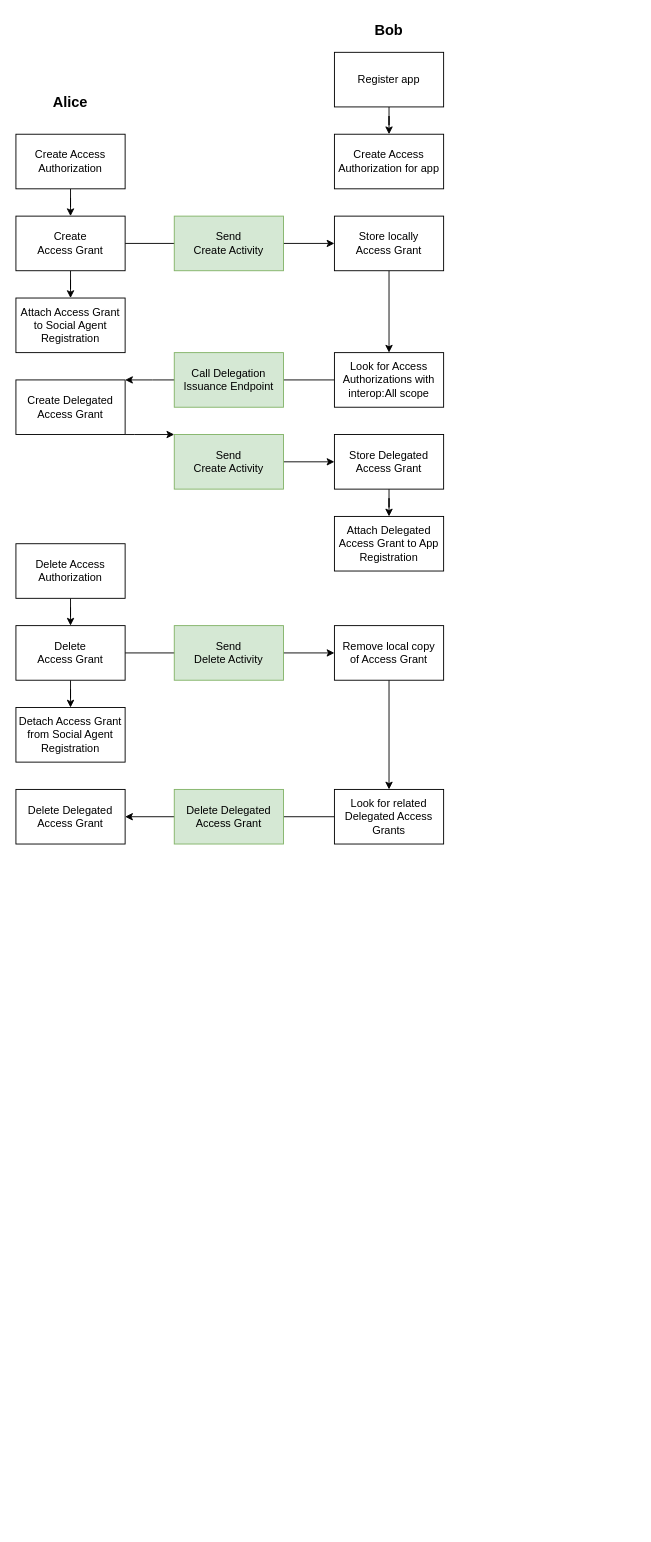
Before: Diagramme sans nom.drawio in activitypods/user-flows, a draw.io diagram. Source tidied: cells renumbered, new cells numbered last; positions are measured from the earlier drawing's top-left corner, leaving out a move shared by most shapes. Both pictures are drawn from the tidied source at 91%, with x=0, y=0 at pixel (15, 15).
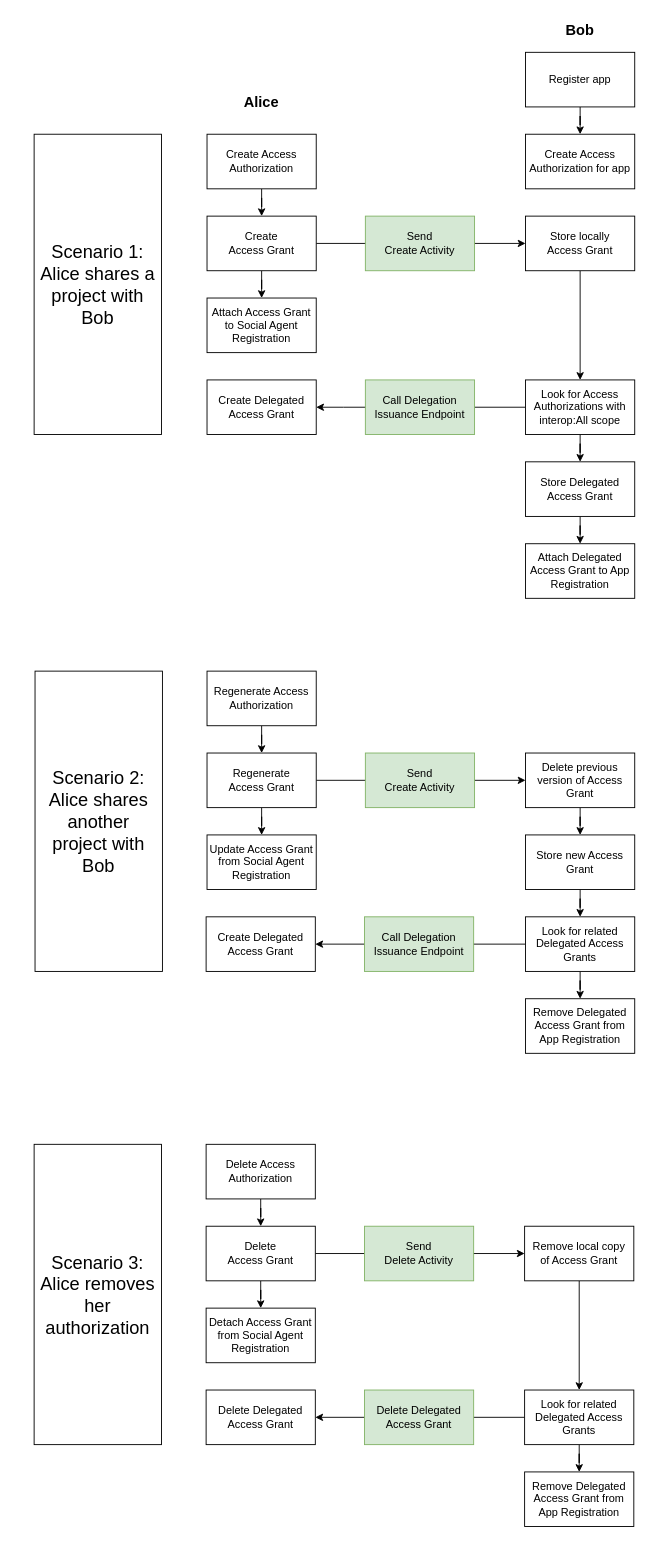
The same page after the edit.

The edit, as a diff of the source:
```diff
@@
     <mxCell id="3" value="Create Access Authorization" style="rounded=0;whiteSpace=wrap;html=1;" parent="1" vertex="1">
-      <mxGeometry y="130" width="120" height="60" as="geometry" />
+      <mxGeometry x="210" y="130" width="120" height="60" as="geometry" />
     </mxCell>
@@
     <mxCell id="6" value="Create &lt;br&gt;Access Grant" style="rounded=0;whiteSpace=wrap;html=1;" parent="1" vertex="1">
-      <mxGeometry y="220" width="120" height="60" as="geometry" />
+      <mxGeometry x="210" y="220" width="120" height="60" as="geometry" />
     </mxCell>
     <mxCell id="7" value="Alice" style="text;html=1;align=center;verticalAlign=middle;whiteSpace=wrap;rounded=0;fontSize=16;fontStyle=1;" parent="1" vertex="1">
-      <mxGeometry x="30" y="80" width="60" height="30" as="geometry" />
+      <mxGeometry x="240" y="80" width="60" height="30" as="geometry" />
     </mxCell>
@@
     <mxCell id="9" value="Store locally&lt;br&gt;Access Grant" style="rounded=0;whiteSpace=wrap;html=1;" parent="1" vertex="1">
-      <mxGeometry x="350" y="220" width="120" height="60" as="geometry" />
+      <mxGeometry x="560" y="220" width="120" height="60" as="geometry" />
     </mxCell>
     <mxCell id="10" value="Send &lt;br&gt;Create Activity" style="rounded=0;whiteSpace=wrap;html=1;fillColor=#d5e8d4;strokeColor=#82b366;" parent="1" vertex="1">
-      <mxGeometry x="174" y="220" width="120" height="60" as="geometry" />
+      <mxGeometry x="384" y="220" width="120" height="60" as="geometry" />
     </mxCell>
     <mxCell id="11" value="Bob" style="text;html=1;align=center;verticalAlign=middle;whiteSpace=wrap;rounded=0;fontSize=16;fontStyle=1;" parent="1" vertex="1">
-      <mxGeometry x="380" width="60" height="30" as="geometry" />
+      <mxGeometry x="590" width="60" height="30" as="geometry" />
     </mxCell>
@@
     <mxCell id="13" value="Register app" style="rounded=0;whiteSpace=wrap;html=1;" parent="1" vertex="1">
-      <mxGeometry x="350" y="40" width="120" height="60" as="geometry" />
+      <mxGeometry x="560" y="40" width="120" height="60" as="geometry" />
     </mxCell>
     <mxCell id="14" style="edgeStyle=orthogonalEdgeStyle;rounded=0;jettySize=auto;html=1;" parent="1" edge="1" source="15" target="18">
       <mxGeometry relative="1" as="geometry">
         <Array as="points">
-          <mxPoint x="150" y="400" />
-          <mxPoint x="150" y="400" />
+          <mxPoint x="360" y="430" />
+          <mxPoint x="360" y="430" />
         </Array>
       </mxGeometry>
     </mxCell>
+    <mxCell id="39" style="edgeStyle=orthogonalEdgeStyle;rounded=0;jettySize=auto;html=1;" parent="1" edge="1" source="15" target="23">
+      <mxGeometry relative="1" as="geometry" />
+    </mxCell>
     <mxCell id="15" value="Look for Access Authorizations with interop:All scope" style="rounded=0;whiteSpace=wrap;html=1;" parent="1" vertex="1">
-      <mxGeometry x="350" y="370" width="120" height="60" as="geometry" />
+      <mxGeometry x="560" y="400" width="120" height="60" as="geometry" />
     </mxCell>
     <mxCell id="16" value="Call Delegation Issuance Endpoint" style="rounded=0;whiteSpace=wrap;html=1;fillColor=#d5e8d4;strokeColor=#82b366;" parent="1" vertex="1">
-      <mxGeometry x="174" y="370" width="120" height="60" as="geometry" />
+      <mxGeometry x="384" y="400" width="120" height="60" as="geometry" />
     </mxCell>
-    <mxCell id="17" style="edgeStyle=orthogonalEdgeStyle;rounded=0;jettySize=auto;html=1;" parent="1" edge="1" source="18" target="21">
-      <mxGeometry relative="1" as="geometry">
-        <Array as="points">
-          <mxPoint x="130" y="460" />
-          <mxPoint x="130" y="460" />
-        </Array>
-      </mxGeometry>
-    </mxCell>
     <mxCell id="18" value="Create Delegated Access Grant" style="rounded=0;whiteSpace=wrap;html=1;" parent="1" vertex="1">
-      <mxGeometry y="400" width="120" height="60" as="geometry" />
+      <mxGeometry x="210" y="400" width="120" height="60" as="geometry" />
     </mxCell>
     <mxCell id="19" value="Create Access Authorization for app" style="rounded=0;whiteSpace=wrap;html=1;" parent="1" vertex="1">
-      <mxGeometry x="350" y="130" width="120" height="60" as="geometry" />
+      <mxGeometry x="560" y="130" width="120" height="60" as="geometry" />
     </mxCell>
-    <mxCell id="20" style="edgeStyle=orthogonalEdgeStyle;rounded=0;jettySize=auto;html=1;" parent="1" edge="1" source="21" target="23">
-      <mxGeometry relative="1" as="geometry" />
-    </mxCell>
-    <mxCell id="21" value="Send &lt;br&gt;Create Activity" style="rounded=0;whiteSpace=wrap;html=1;fillColor=#d5e8d4;strokeColor=#82b366;" parent="1" vertex="1">
-      <mxGeometry x="174" y="460" width="120" height="60" as="geometry" />
-    </mxCell>
@@
     <mxCell id="23" value="Store Delegated&lt;br&gt;Access Grant" style="rounded=0;whiteSpace=wrap;html=1;" parent="1" vertex="1">
-      <mxGeometry x="350" y="460" width="120" height="60" as="geometry" />
+      <mxGeometry x="560" y="490" width="120" height="60" as="geometry" />
     </mxCell>
     <mxCell id="24" value="Attach Delegated Access Grant to App Registration" style="rounded=0;whiteSpace=wrap;html=1;" parent="1" vertex="1">
-      <mxGeometry x="350" y="550" width="120" height="60" as="geometry" />
+      <mxGeometry x="560" y="580" width="120" height="60" as="geometry" />
     </mxCell>
     <mxCell id="25" value="Attach Access Grant to Social Agent Registration" style="rounded=0;whiteSpace=wrap;html=1;" parent="1" vertex="1">
-      <mxGeometry y="310" width="120" height="60" as="geometry" />
+      <mxGeometry x="210" y="310" width="120" height="60" as="geometry" />
     </mxCell>
@@
     <mxCell id="27" value="Delete Access Authorization" style="rounded=0;whiteSpace=wrap;html=1;" parent="1" vertex="1">
-      <mxGeometry y="580" width="120" height="60" as="geometry" />
+      <mxGeometry x="209" y="1240" width="120" height="60" as="geometry" />
     </mxCell>
@@
     <mxCell id="30" value="Delete&lt;br&gt;Access Grant" style="rounded=0;whiteSpace=wrap;html=1;" parent="1" vertex="1">
-      <mxGeometry y="670" width="120" height="60" as="geometry" />
+      <mxGeometry x="209" y="1330" width="120" height="60" as="geometry" />
     </mxCell>
     <mxCell id="31" value="Send &lt;br&gt;Delete Activity" style="rounded=0;whiteSpace=wrap;html=1;fillColor=#d5e8d4;strokeColor=#82b366;" parent="1" vertex="1">
-      <mxGeometry x="174" y="670" width="120" height="60" as="geometry" />
+      <mxGeometry x="383" y="1330" width="120" height="60" as="geometry" />
     </mxCell>
@@
     <mxCell id="33" value="Remove local copy&lt;br&gt;of Access Grant" style="rounded=0;whiteSpace=wrap;html=1;" parent="1" vertex="1">
-      <mxGeometry x="350" y="670" width="120" height="60" as="geometry" />
+      <mxGeometry x="559" y="1330" width="120" height="60" as="geometry" />
     </mxCell>
@@
+    <mxCell id="40" style="edgeStyle=orthogonalEdgeStyle;rounded=0;jettySize=auto;html=1;" parent="1" edge="1" source="35" target="43">
+      <mxGeometry relative="1" as="geometry" />
+    </mxCell>
     <mxCell id="35" value="Look for related Delegated Access Grants" style="rounded=0;whiteSpace=wrap;html=1;" parent="1" vertex="1">
-      <mxGeometry x="350" y="850" width="120" height="60" as="geometry" />
+      <mxGeometry x="559" y="1510" width="120" height="60" as="geometry" />
     </mxCell>
     <mxCell id="36" value="Delete Delegated Access Grant" style="rounded=0;whiteSpace=wrap;html=1;fillColor=#d5e8d4;strokeColor=#82b366;" parent="1" vertex="1">
-      <mxGeometry x="174" y="850" width="120" height="60" as="geometry" />
+      <mxGeometry x="383" y="1510" width="120" height="60" as="geometry" />
     </mxCell>
     <mxCell id="37" value="Delete Delegated&lt;br&gt;Access Grant" style="rounded=0;whiteSpace=wrap;html=1;" parent="1" vertex="1">
-      <mxGeometry y="850" width="120" height="60" as="geometry" />
+      <mxGeometry x="209" y="1510" width="120" height="60" as="geometry" />
     </mxCell>
     <mxCell id="38" value="Detach Access Grant from Social Agent Registration" style="rounded=0;whiteSpace=wrap;html=1;" parent="1" vertex="1">
-      <mxGeometry y="760" width="120" height="60" as="geometry" />
+      <mxGeometry x="209" y="1420" width="120" height="60" as="geometry" />
     </mxCell>
+    <mxCell id="41" value="Scenario 1:&lt;br&gt;Alice shares a project with Bob" style="rounded=0;whiteSpace=wrap;html=1;fontSize=20;spacing=7;" parent="1" vertex="1">
+      <mxGeometry x="20" y="130" width="140" height="330" as="geometry" />
+    </mxCell>
+    <mxCell id="42" value="Scenario 3:&lt;br&gt;Alice removes her authorization" style="rounded=0;whiteSpace=wrap;html=1;fontSize=20;spacing=7;" parent="1" vertex="1">
+      <mxGeometry x="20" y="1240" width="140" height="330" as="geometry" />
+    </mxCell>
+    <mxCell id="43" value="Remove Delegated Access Grant from App Registration" style="rounded=0;whiteSpace=wrap;html=1;" parent="1" vertex="1">
+      <mxGeometry x="559" y="1600" width="120" height="60" as="geometry" />
+    </mxCell>
+    <mxCell id="44" style="edgeStyle=orthogonalEdgeStyle;rounded=0;jettySize=auto;html=1;" parent="1" edge="1" source="45" target="48">
+      <mxGeometry relative="1" as="geometry" />
+    </mxCell>
+    <mxCell id="45" value="Regenerate Access Authorization" style="rounded=0;whiteSpace=wrap;html=1;" parent="1" vertex="1">
+      <mxGeometry x="210" y="720" width="120" height="60" as="geometry" />
+    </mxCell>
+    <mxCell id="46" style="edgeStyle=orthogonalEdgeStyle;rounded=0;jettySize=auto;html=1;" parent="1" edge="1" source="48" target="50">
+      <mxGeometry relative="1" as="geometry" />
+    </mxCell>
+    <mxCell id="47" style="edgeStyle=orthogonalEdgeStyle;rounded=0;jettySize=auto;html=1;" parent="1" edge="1" source="48" target="54">
+      <mxGeometry relative="1" as="geometry" />
+    </mxCell>
+    <mxCell id="48" value="Regenerate&lt;br&gt;Access Grant" style="rounded=0;whiteSpace=wrap;html=1;" parent="1" vertex="1">
+      <mxGeometry x="210" y="810" width="120" height="60" as="geometry" />
+    </mxCell>
+    <mxCell id="21" value="Send &lt;br&gt;Create Activity" style="rounded=0;whiteSpace=wrap;html=1;fillColor=#d5e8d4;strokeColor=#82b366;" parent="1" vertex="1">
+      <mxGeometry x="384" y="810" width="120" height="60" as="geometry" />
+    </mxCell>
+    <mxCell id="49" style="edgeStyle=orthogonalEdgeStyle;rounded=0;jettySize=auto;html=1;" parent="1" edge="1" source="50" target="58">
+      <mxGeometry relative="1" as="geometry" />
+    </mxCell>
+    <mxCell id="50" value="Delete previous version of Access Grant" style="rounded=0;whiteSpace=wrap;html=1;" parent="1" vertex="1">
+      <mxGeometry x="560" y="810" width="120" height="60" as="geometry" />
+    </mxCell>
+    <mxCell id="51" style="edgeStyle=orthogonalEdgeStyle;rounded=0;jettySize=auto;html=1;" parent="1" edge="1" source="53" target="56">
+      <mxGeometry relative="1" as="geometry" />
+    </mxCell>
+    <mxCell id="52" style="edgeStyle=orthogonalEdgeStyle;rounded=0;jettySize=auto;html=1;" parent="1" edge="1" source="53" target="60">
+      <mxGeometry relative="1" as="geometry" />
+    </mxCell>
+    <mxCell id="53" value="Look for related Delegated Access Grants" style="rounded=0;whiteSpace=wrap;html=1;" parent="1" vertex="1">
+      <mxGeometry x="560" y="990" width="120" height="60" as="geometry" />
+    </mxCell>
+    <mxCell id="54" value="Update Access Grant from Social Agent Registration" style="rounded=0;whiteSpace=wrap;html=1;" parent="1" vertex="1">
+      <mxGeometry x="210" y="900" width="120" height="60" as="geometry" />
+    </mxCell>
+    <mxCell id="55" value="Scenario 2:&lt;br&gt;Alice shares another project with Bob" style="rounded=0;whiteSpace=wrap;html=1;fontSize=20;spacing=7;" parent="1" vertex="1">
+      <mxGeometry x="21" y="720" width="140" height="330" as="geometry" />
+    </mxCell>
+    <mxCell id="56" value="Remove Delegated Access Grant from App Registration" style="rounded=0;whiteSpace=wrap;html=1;" parent="1" vertex="1">
+      <mxGeometry x="560" y="1080" width="120" height="60" as="geometry" />
+    </mxCell>
+    <mxCell id="57" style="edgeStyle=orthogonalEdgeStyle;rounded=0;jettySize=auto;html=1;" parent="1" edge="1" source="58" target="53">
+      <mxGeometry relative="1" as="geometry" />
+    </mxCell>
+    <mxCell id="58" value="Store new Access Grant" style="rounded=0;whiteSpace=wrap;html=1;" parent="1" vertex="1">
+      <mxGeometry x="560" y="900" width="120" height="60" as="geometry" />
+    </mxCell>
+    <mxCell id="59" value="Call Delegation Issuance Endpoint" style="rounded=0;whiteSpace=wrap;html=1;fillColor=#d5e8d4;strokeColor=#82b366;" parent="1" vertex="1">
+      <mxGeometry x="383" y="990" width="120" height="60" as="geometry" />
+    </mxCell>
+    <mxCell id="60" value="Create Delegated Access Grant" style="rounded=0;whiteSpace=wrap;html=1;" parent="1" vertex="1">
+      <mxGeometry x="209" y="990" width="120" height="60" as="geometry" />
+    </mxCell>
```
